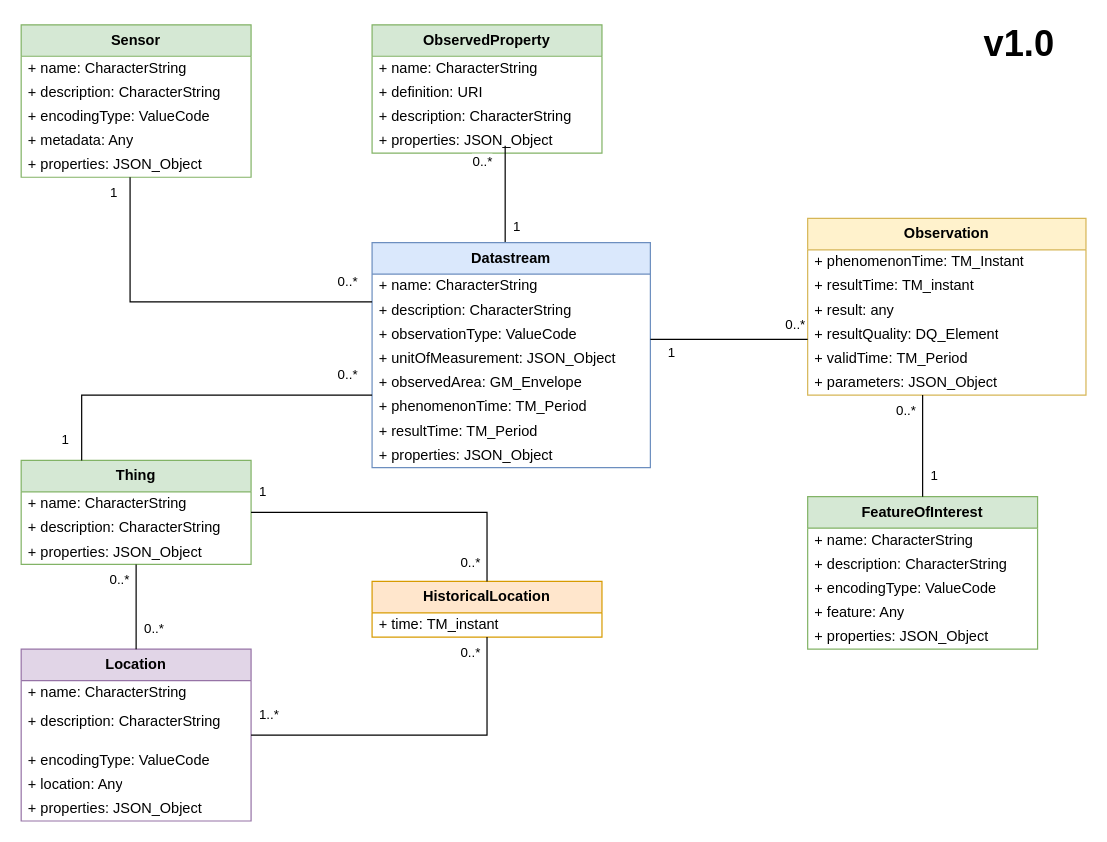
This is Diagramme sans nom.drawio from Mario-35/Stean, a draw.io file, before an edit. Source tidied: cells renumbered, new cells numbered last; positions are measured from the earlier drawing's top-left corner, leaving out a move shared by most shapes. Both pictures are drawn from the tidied source at 121%, with x=0, y=0 at pixel (21, 24).
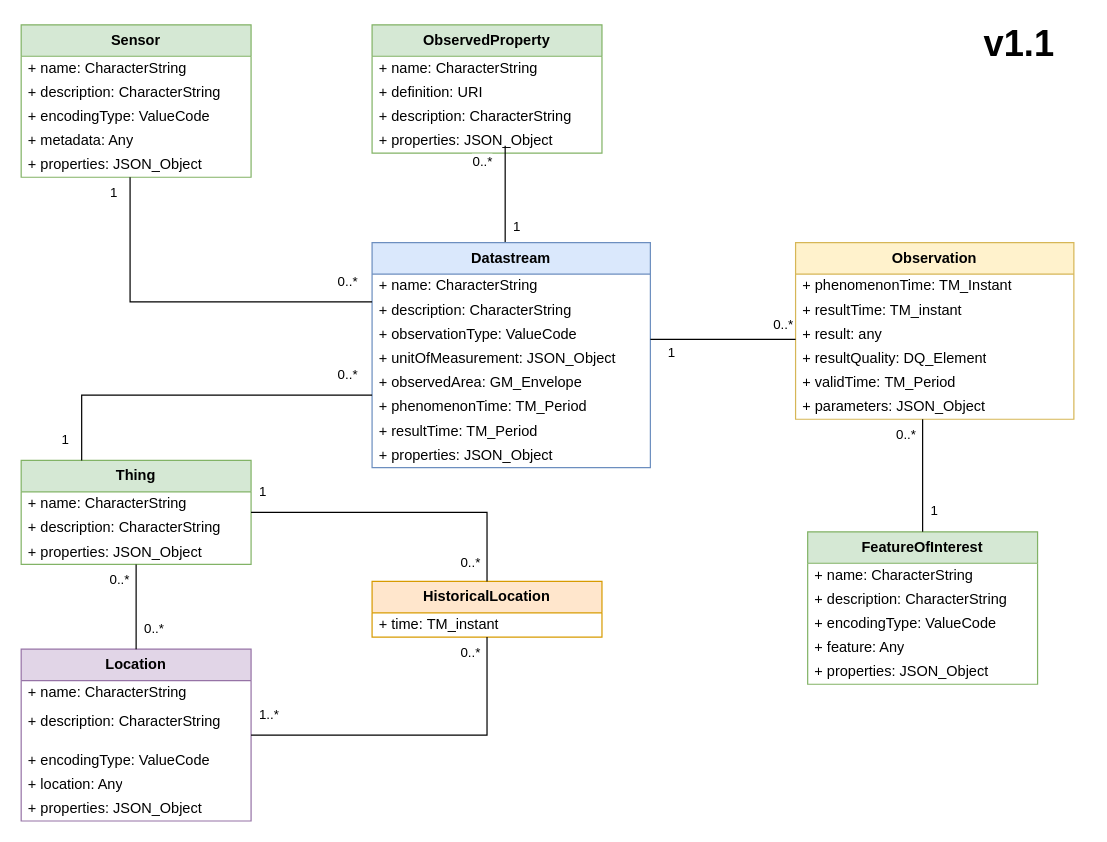
The same diagram, later.

Commit message:
Mettre à jour Diagramme sans nom.drawio

The edit, as a diff of the source:
```diff
@@
     <mxCell id="38" value="&lt;b&gt;Observation&lt;/b&gt;" style="swimlane;fontStyle=0;horizontal=1;startSize=26;fillColor=#fff2cc;whiteSpace=wrap;html=1;strokeColor=#d6b656;" parent="1" vertex="1">
-      <mxGeometry x="650" y="160" width="230" height="146" as="geometry" />
+      <mxGeometry x="640" y="180" width="230" height="146" as="geometry" />
     </mxCell>
@@
     <mxCell id="45" value="&lt;b&gt;FeatureOfInterest&lt;/b&gt;" style="swimlane;fontStyle=0;horizontal=1;startSize=26;fillColor=#d5e8d4;whiteSpace=wrap;html=1;strokeColor=#82b366;" parent="1" vertex="1">
-      <mxGeometry x="650" y="390" width="190" height="126" as="geometry" />
+      <mxGeometry x="650" y="419" width="190" height="126" as="geometry" />
     </mxCell>
@@
-    <mxCell id="71" value="&lt;font style=&quot;font-size: 30px;&quot;&gt;&lt;b&gt;v1.0&lt;/b&gt;&lt;/font&gt;" style="text;html=1;whiteSpace=wrap;strokeColor=none;fillColor=none;align=center;verticalAlign=middle;rounded=0;fontFamily=Helvetica;fontSize=12;fontColor=default;" parent="1" vertex="1">
+    <mxCell id="71" value="&lt;font style=&quot;font-size: 30px;&quot;&gt;&lt;b&gt;v1.1&lt;/b&gt;&lt;/font&gt;" style="text;html=1;whiteSpace=wrap;strokeColor=none;fillColor=none;align=center;verticalAlign=middle;rounded=0;fontFamily=Helvetica;fontSize=12;fontColor=default;" parent="1" vertex="1">
       <mxGeometry x="770" width="110" height="30" as="geometry" />
     </mxCell>
```
